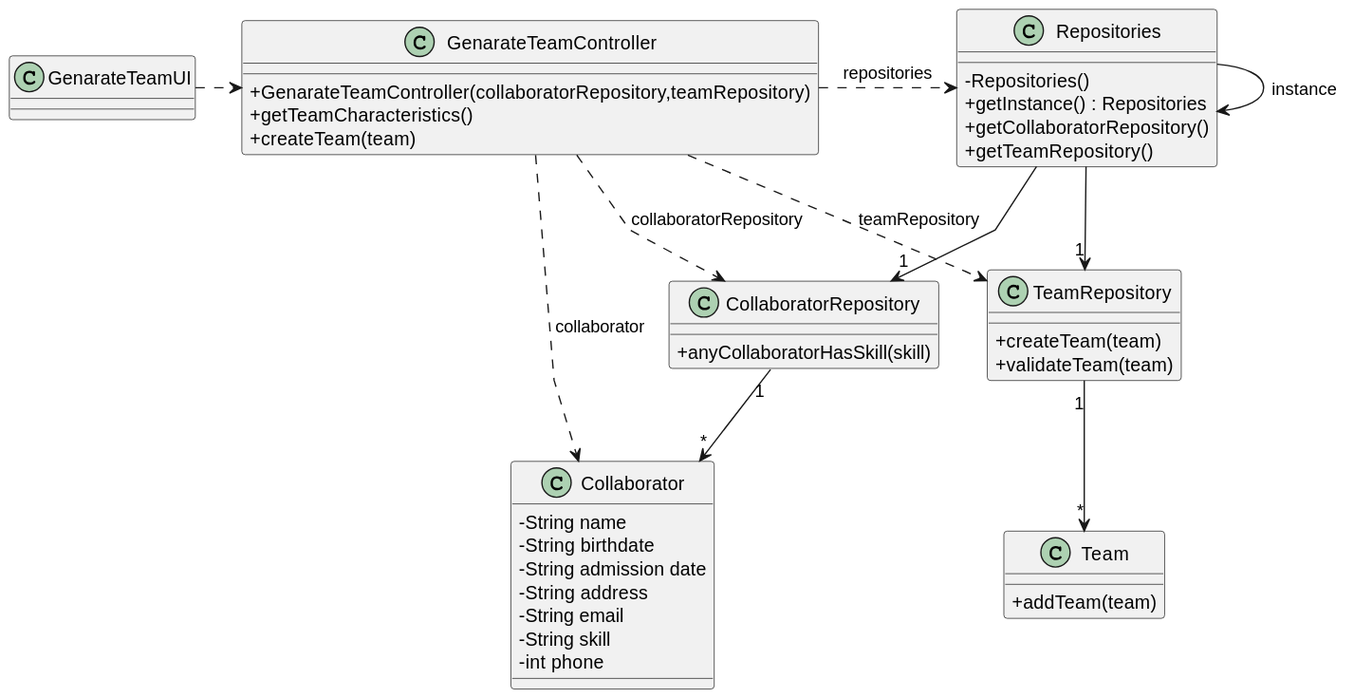
The PlantUML diagram docs/sprintB/us005/03.design/svg/us005-class-diagram.svg in Departamento-de-Engenharia-Informatica/lei-24-s2-1dkl-g134, before a commit. Its diagram source:
```plantuml
@startuml
skinparam packageStyle rectangle
skinparam shadowing false
skinparam linetype polyline

skinparam classAttributeIconSize 0

class GenarateTeamUI {
}

class GenarateTeamController {
+GenarateTeamController(collaboratorRepository,teamRepository)
+getTeamCharacteristics()
+createTeam(team)
}


class Repositories {
    - Repositories()
    + getInstance() : Repositories
    + getCollaboratorRepository()
    + getTeamRepository()
}

class CollaboratorRepository {
    + anyCollaboratorHasSkill(skill)
}

class TeamRepository {
    + createTeam(team)
    + validateTeam(team)
}

class Collaborator {
    - String name
    - String birthdate
    - String admission date
    - String address
    - String email
    - String skill
    - int phone

}

class Team{
+addTeam(team)

}












Repositories -> Repositories : instance
GenarateTeamUI .> GenarateTeamController
GenarateTeamController .> Repositories : repositories
Repositories -> "1" CollaboratorRepository
GenarateTeamController ..> Collaborator: collaborator
GenarateTeamController ..> TeamRepository : teamRepository
GenarateTeamController ..> CollaboratorRepository : collaboratorRepository
Repositories --> "1" TeamRepository
CollaboratorRepository "1" --> "*" Collaborator
TeamRepository "1" --> "*" Team
@enduml
```
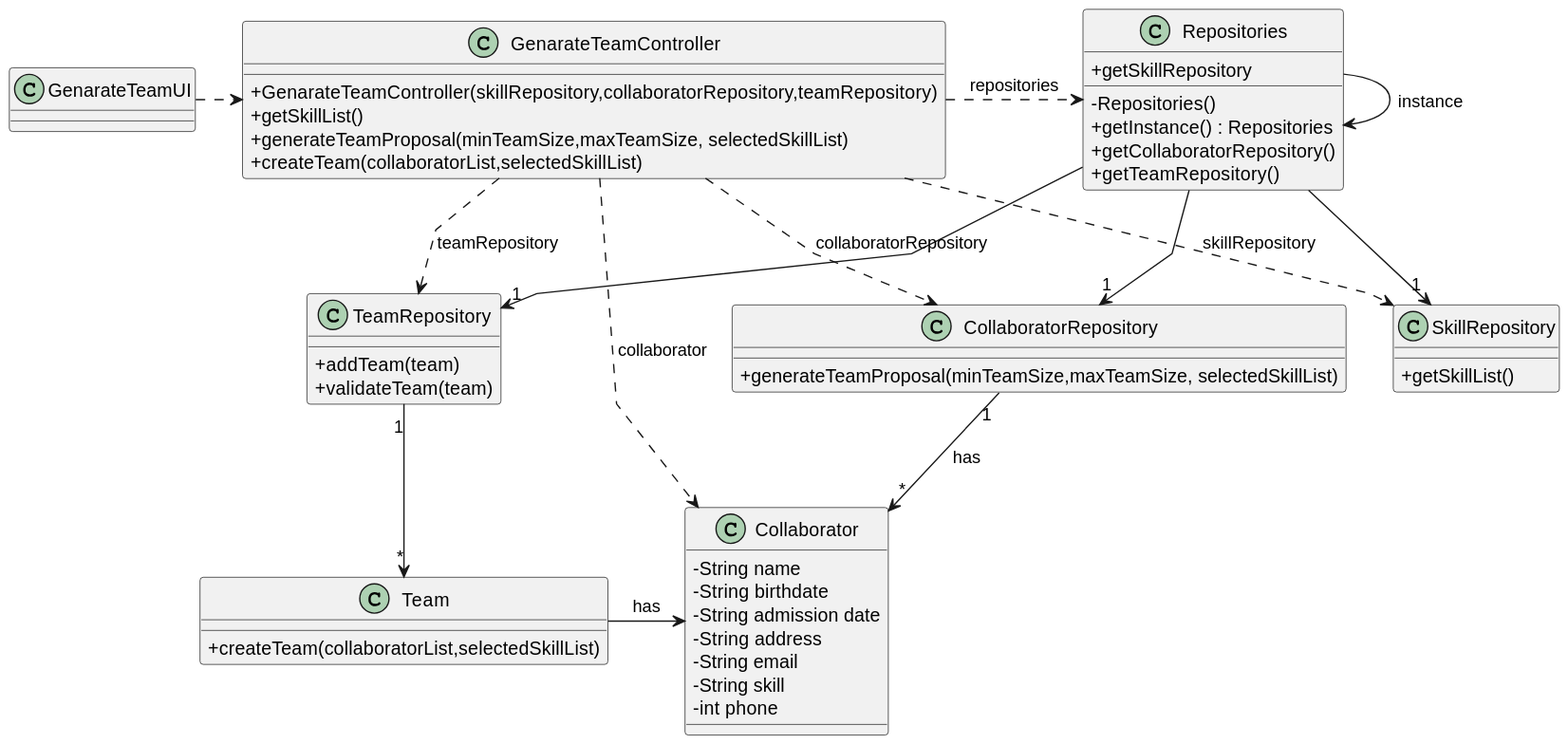
Above is the later version.

Diff of the diagram source:
```diff
@@ -9,25 +9,32 @@
 }
 
 class GenarateTeamController {
-+GenarateTeamController(collaboratorRepository,teamRepository)
-+getTeamCharacteristics()
-+createTeam(team)
+    +GenarateTeamController(skillRepository,collaboratorRepository,teamRepository)
+    + getSkillList()
+    + generateTeamProposal(minTeamSize,maxTeamSize, selectedSkillList)
+    + createTeam(collaboratorList,selectedSkillList)
 }
 
 
 class Repositories {
     - Repositories()
     + getInstance() : Repositories
+    + getSkillRepository
     + getCollaboratorRepository()
     + getTeamRepository()
 }
 
+class SkillRepository{
+    + getSkillList()
+}
+
 class CollaboratorRepository {
-    + anyCollaboratorHasSkill(skill)
+
+    + generateTeamProposal(minTeamSize,maxTeamSize, selectedSkillList)
 }
 
 class TeamRepository {
-    + createTeam(team)
+    + addTeam(team)
     + validateTeam(team)
 }
 
@@ -43,7 +50,7 @@
 }
 
 class Team{
-+addTeam(team)
+    + createTeam(collaboratorList,selectedSkillList)
 
 }
 
@@ -62,10 +69,13 @@
 GenarateTeamUI .> GenarateTeamController
 GenarateTeamController .> Repositories : repositories
 Repositories -> "1" CollaboratorRepository
-GenarateTeamController ..> Collaborator: collaborator
+Repositories -> "1" TeamRepository
+Repositories -> "1" SkillRepository
+GenarateTeamController ..> SkillRepository : skillRepository
 GenarateTeamController ..> TeamRepository : teamRepository
 GenarateTeamController ..> CollaboratorRepository : collaboratorRepository
-Repositories --> "1" TeamRepository
-CollaboratorRepository "1" --> "*" Collaborator
+GenarateTeamController ..> Collaborator: collaborator
+CollaboratorRepository "1" --> "*" Collaborator: has
 TeamRepository "1" --> "*" Team
+Team -> Collaborator: has
 @enduml
```
